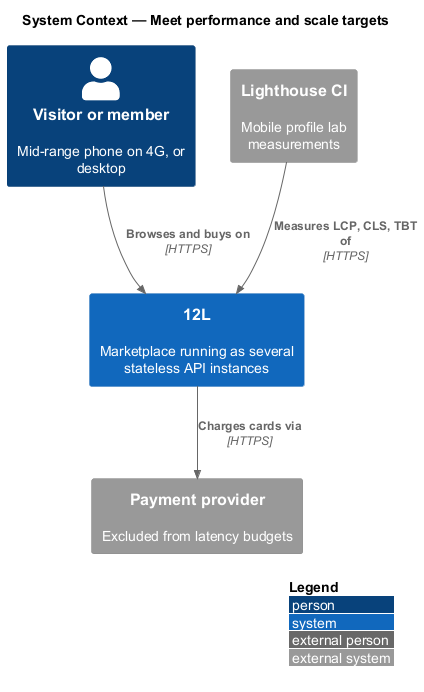
This is docs/detailed-designs/platform/meet-performance-and-scale/diagrams/c4-context.png from QuinntyneBrown/12l, a PlantUML export, as it was before one commit.
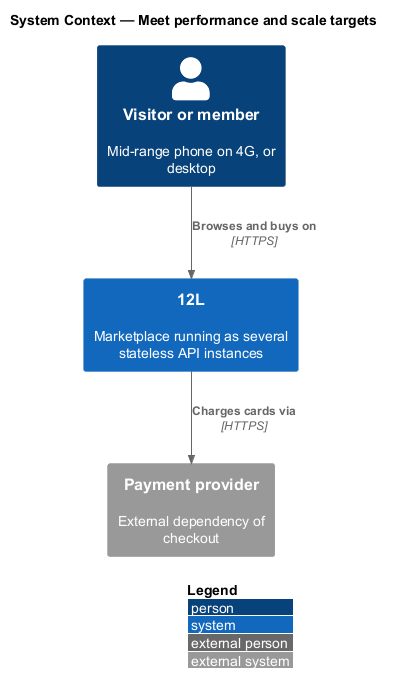
After the change.

What changed in the source:
```diff
@@ -5,10 +5,8 @@
 
 Person(shopper, "Visitor or member", "Mid-range phone on 4G, or desktop")
 System(twelvel, "12L", "Marketplace running as several stateless API instances")
-System_Ext(lhci, "Lighthouse CI", "Mobile profile lab measurements")
-System_Ext(payments, "Payment provider", "Excluded from latency budgets")
+System_Ext(payments, "Payment provider", "External dependency of checkout")
 
 Rel(shopper, twelvel, "Browses and buys on", "HTTPS")
-Rel(lhci, twelvel, "Measures LCP, CLS, TBT of", "HTTPS")
 Rel(twelvel, payments, "Charges cards via", "HTTPS")
 @enduml
```
